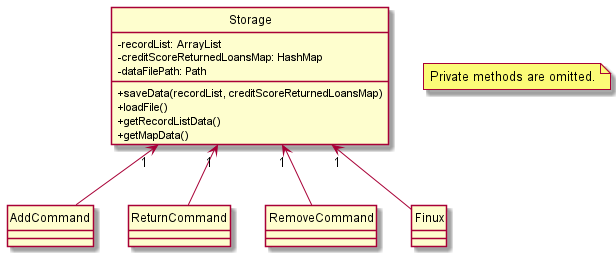
Above: docs/img/StorageClassDiagram.png in nus-cs2113-AY2021S2/tp (PlantUML), before the change. Source of this version:
```plantuml
@startuml
skinparam classAttributeIconSize 0
hide circle


class Storage {
- recordList: ArrayList
- creditScoreReturnedLoansMap: HashMap
- dataFilePath: Path
+ saveData(recordList, creditScoreReturnedLoansMap)
+ loadFile()
+ getRecordListData()
+ getMapData()
}

note "Private methods are omitted." as N1

class AddCommand {
}

class ReturnCommand {
}

class RemoveCommand {
}

Storage"1" <-- Finux
Storage"1" <-- AddCommand
Storage"1" <-- ReturnCommand
Storage"1" <-- RemoveCommand



@enduml
```
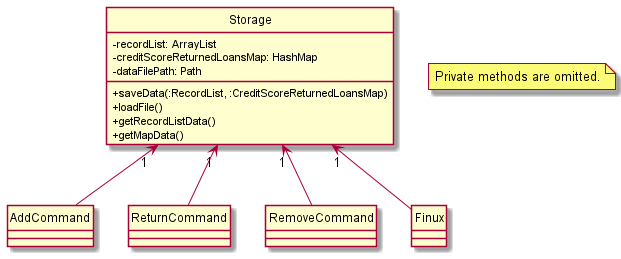
Later version of the same file.

Commit message:
Updated UML diagrams and PPP

Diff of the diagram source:
```diff
@@ -7,7 +7,7 @@
 - recordList: ArrayList
 - creditScoreReturnedLoansMap: HashMap
 - dataFilePath: Path
-+ saveData(recordList, creditScoreReturnedLoansMap)
++ saveData(:RecordList, :CreditScoreReturnedLoansMap)
 + loadFile()
 + getRecordListData()
 + getMapData()
@@ -28,7 +28,4 @@
 Storage"1" <-- AddCommand
 Storage"1" <-- ReturnCommand
 Storage"1" <-- RemoveCommand
-
-
-
 @enduml
```
